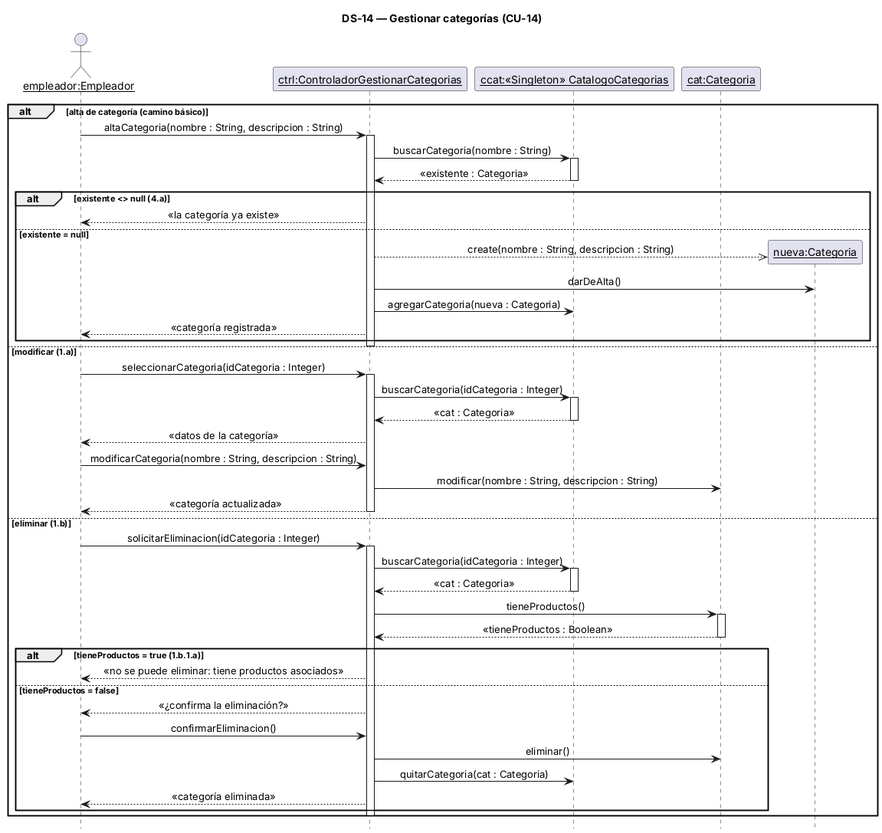
Earlier version of the PlantUML export 08-Diagrama De Secuencia/DS-14 Gestionar categorias.png (alanbalzaretti123/control-de-stock1).
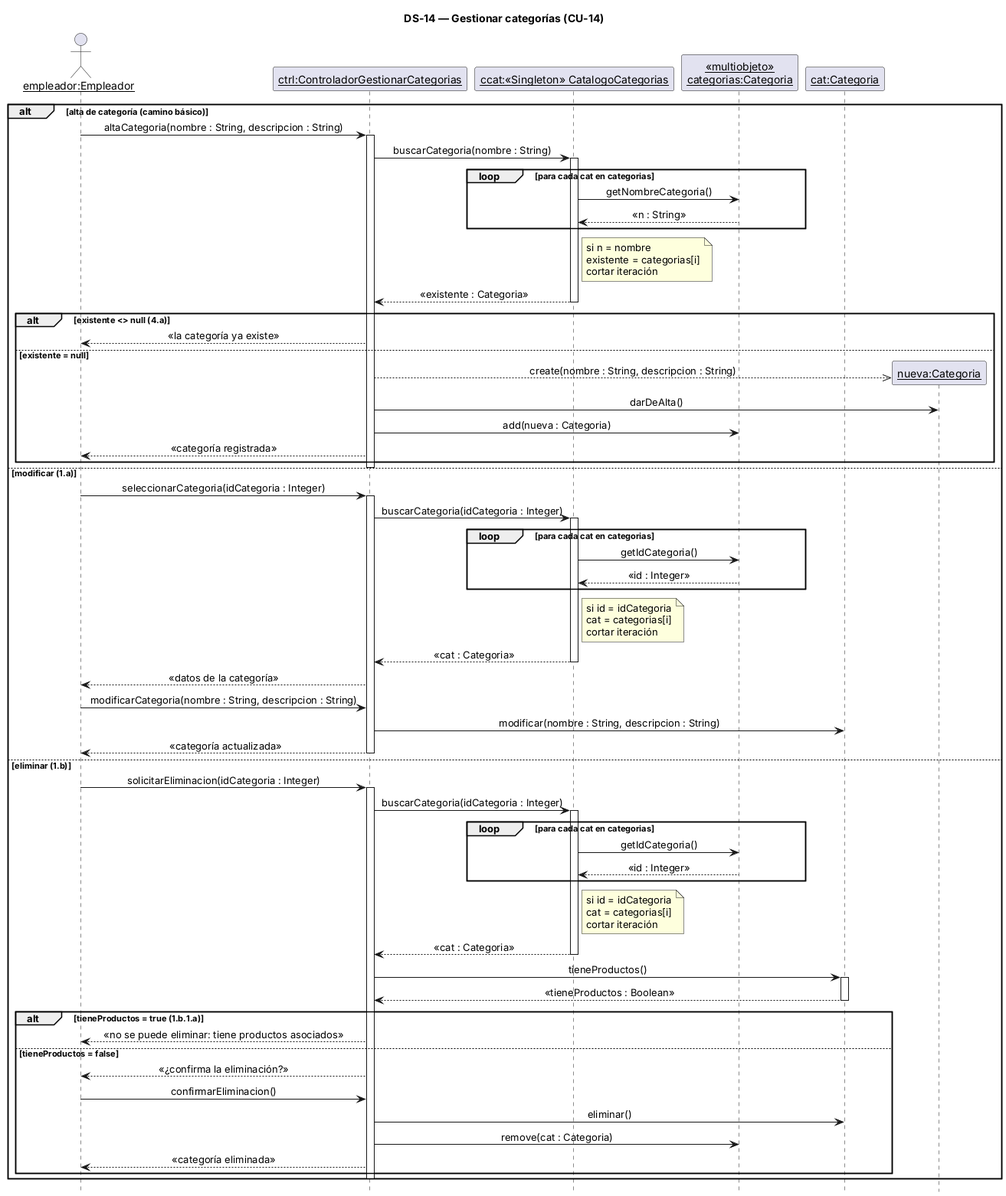
Above is the later version.

Diff of the diagram source:
```diff
@@ -8,6 +8,7 @@
 actor "empleador:Empleador" as U
 participant "ctrl:ControladorGestionarCategorias" as C
 participant "ccat:«Singleton» CatalogoCategorias" as CCAT
+participant "«multiobjeto»\ncategorias:Categoria" as MCA
 participant "cat:Categoria" as CA
 
 alt alta de categoría (camino básico)
@@ -15,6 +16,11 @@
   activate C
   C -> CCAT : buscarCategoria(nombre : String)
   activate CCAT
+  loop para cada cat en categorias
+    CCAT -> MCA : getNombreCategoria()
+    MCA --> CCAT : «n : String»
+  end
+  note right of CCAT : si n = nombre\nexistente = categorias[i]\ncortar iteración
   CCAT --> C : «existente : Categoria»
   deactivate CCAT
   alt existente <> null (4.a)
@@ -23,7 +29,7 @@
     create participant "nueva:Categoria" as N
     C -->> N : create(nombre : String, descripcion : String)
     C -> N : darDeAlta()
-    C -> CCAT : agregarCategoria(nueva : Categoria)
+    C -> MCA : add(nueva : Categoria)
     C --> U : «categoría registrada»
   end
   deactivate C
@@ -32,6 +38,11 @@
   activate C
   C -> CCAT : buscarCategoria(idCategoria : Integer)
   activate CCAT
+  loop para cada cat en categorias
+    CCAT -> MCA : getIdCategoria()
+    MCA --> CCAT : «id : Integer»
+  end
+  note right of CCAT : si id = idCategoria\ncat = categorias[i]\ncortar iteración
   CCAT --> C : «cat : Categoria»
   deactivate CCAT
   C --> U : «datos de la categoría»
@@ -44,6 +55,11 @@
   activate C
   C -> CCAT : buscarCategoria(idCategoria : Integer)
   activate CCAT
+  loop para cada cat en categorias
+    CCAT -> MCA : getIdCategoria()
+    MCA --> CCAT : «id : Integer»
+  end
+  note right of CCAT : si id = idCategoria\ncat = categorias[i]\ncortar iteración
   CCAT --> C : «cat : Categoria»
   deactivate CCAT
   C -> CA : tieneProductos()
@@ -56,7 +72,7 @@
     C --> U : «¿confirma la eliminación?»
     U -> C : confirmarEliminacion()
     C -> CA : eliminar()
-    C -> CCAT : quitarCategoria(cat : Categoria)
+    C -> MCA : remove(cat : Categoria)
     C --> U : «categoría eliminada»
   end
   deactivate C
```
